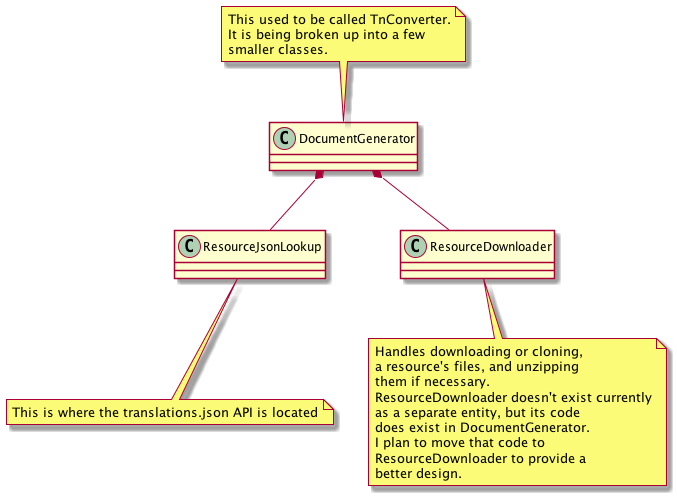
This is design_notes/wa_design_class_diagram2.png from wkelly17/DOC, a PlantUML export, as it was before one commit.
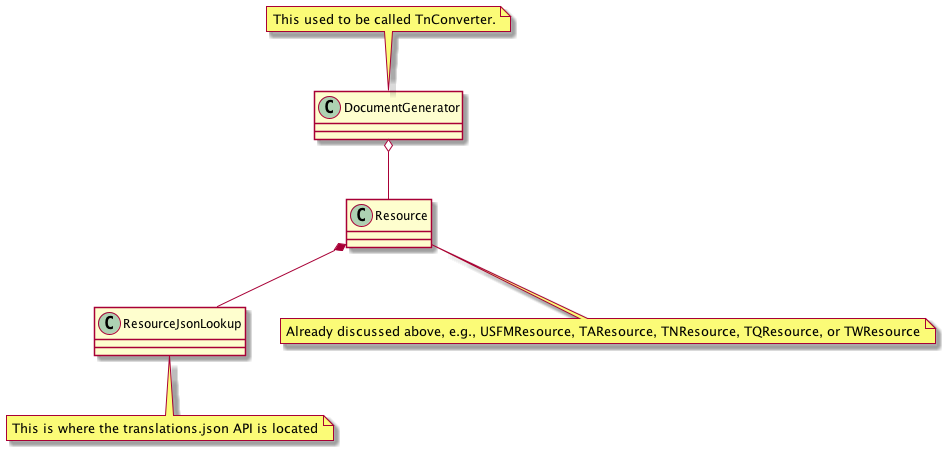
The same file after the commit.

The edit, as a diff of the source:
```diff
@@ -1,7 +1,7 @@
 @startuml
-DocumentGenerator *-- ResourceJsonLookup
-DocumentGenerator *-- ResourceDownloader
-note top of DocumentGenerator : This used to be called TnConverter.\nIt is being broken up into a few\nsmaller classes.
-note bottom of ResourceDownloader : Handles downloading or cloning,\na resource's files, and unzipping\nthem if necessary.\nResourceDownloader doesn't exist currently\nas a separate entity, but its code\ndoes exist in DocumentGenerator.\nI plan to move that code to\nResourceDownloader to provide a\nbetter design.
+DocumentGenerator o-- Resource
+Resource *-- ResourceJsonLookup
+note top of DocumentGenerator : This used to be called TnConverter.
+note bottom of Resource : Already discussed above, e.g., USFMResource, TAResource, TNResource, TQResource, or TWResource
 note bottom of ResourceJsonLookup : This is where the translations.json API is located
 @enduml
```
